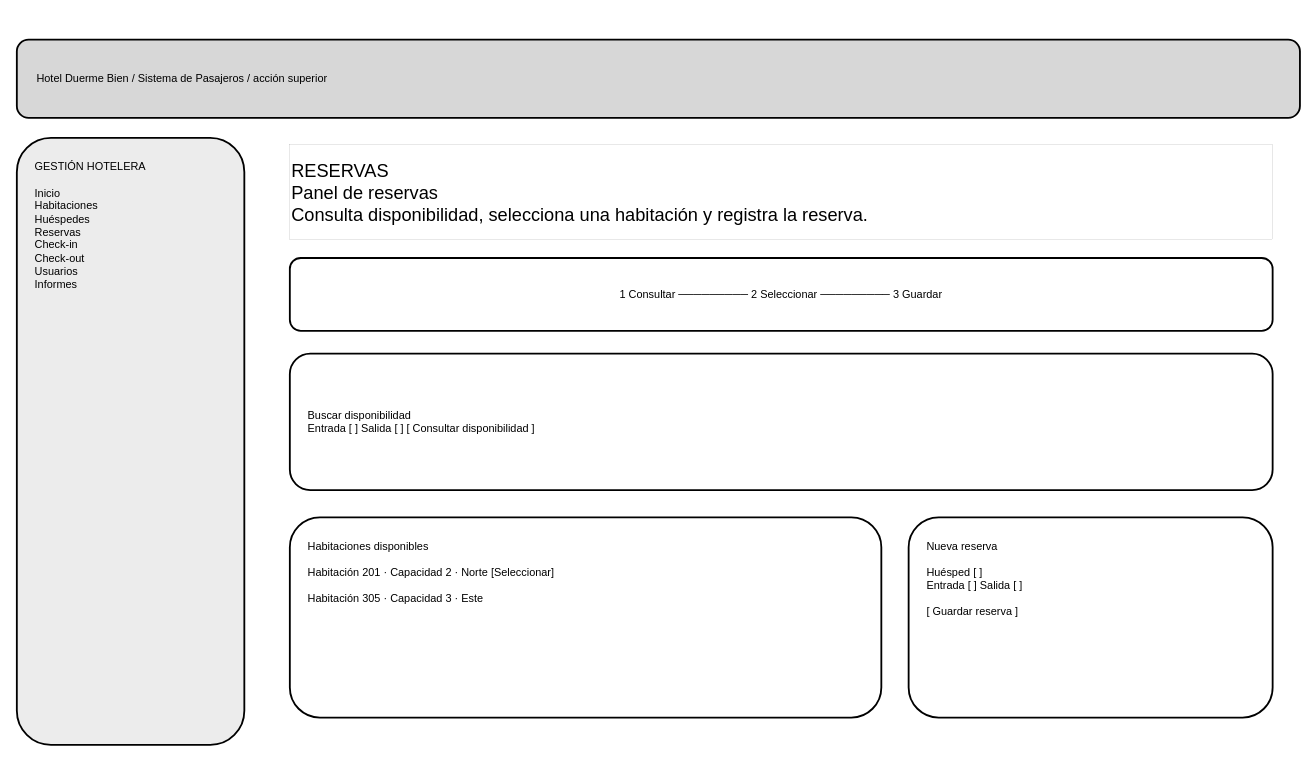
Yutre3/diego keeps this draw.io diagram as page "Wireframe" (2 of 3) of diagramas-editables/04-interfaz.drawio. Above is the earlier version. Source tidied: cells renumbered, new cells numbered last; positions are measured from the earlier drawing's top-left corner, leaving out a move shared by most shapes. Both pictures are drawn from the tidied source at 91%, with x=0, y=0 at pixel (16, 39).
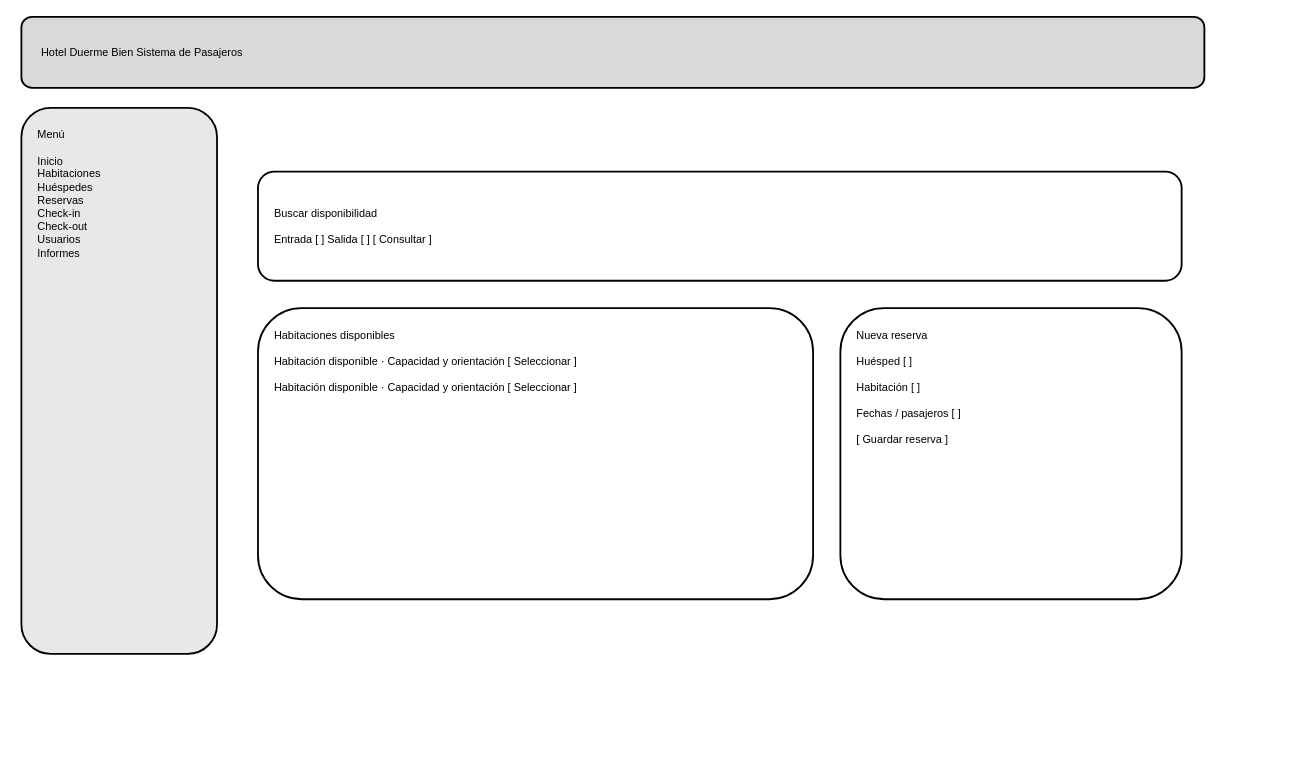
The same diagram, later.

Change to the diagram source:
```diff
@@
 <mxGraphModel>
   <root>
     <mxCell id="0" />
     <mxCell id="1" parent="0" />
-    <mxCell id="2" value="Hotel Duerme Bien / Sistema de Pasajeros / acción superior" style="rounded=1;whiteSpace=wrap;html=1;strokeWidth=2;fillColor=#d7d7d7;align=left;spacingLeft=20;" parent="1" vertex="1">
-      <mxGeometry width="1410" height="86" as="geometry" />
+    <mxCell id="2" value="Hotel Duerme Bien                                                                 Sistema de Pasajeros" style="rounded=1;whiteSpace=wrap;html=1;strokeWidth=2;fillColor=#d9d9d9;align=left;spacingLeft=20;" parent="1" vertex="1">
+      <mxGeometry x="5" y="-25" width="1300" height="78" as="geometry" />
     </mxCell>
-    <mxCell id="3" value="GESTIÓN HOTELERA&#10;&#10;Inicio&#10;Habitaciones&#10;Huéspedes&#10;Reservas&#10;Check-in&#10;Check-out&#10;Usuarios&#10;Informes" style="rounded=1;whiteSpace=wrap;html=1;strokeWidth=2;fillColor=#ececec;align=left;verticalAlign=top;spacing=20;" parent="1" vertex="1">
-      <mxGeometry y="108" width="250" height="667" as="geometry" />
+    <mxCell id="3" value="Menú&#10;&#10;Inicio&#10;Habitaciones&#10;Huéspedes&#10;Reservas&#10;Check-in&#10;Check-out&#10;Usuarios&#10;Informes" style="rounded=1;whiteSpace=wrap;html=1;strokeWidth=2;fillColor=#e8e8e8;align=left;verticalAlign=top;spacing=18;" parent="1" vertex="1">
+      <mxGeometry x="5" y="75" width="215" height="600" as="geometry" />
     </mxCell>
-    <mxCell id="4" value="RESERVAS&#10;Panel de reservas&#10;Consulta disponibilidad, selecciona una habitación y registra la reserva." style="rounded=0;whiteSpace=wrap;html=1;strokeWidth=0;align=left;fontSize=20;" parent="1" vertex="1">
-      <mxGeometry x="300" y="115" width="1080" height="105" as="geometry" />
-    </mxCell>
-    <mxCell id="5" value="1 Consultar  ─────────  2 Seleccionar  ─────────  3 Guardar" style="rounded=1;whiteSpace=wrap;html=1;strokeWidth=2;fillColor=#ffffff;align=center;" parent="1" vertex="1">
-      <mxGeometry x="300" y="240" width="1080" height="80" as="geometry" />
-    </mxCell>
-    <mxCell id="6" value="Buscar disponibilidad&#10;Entrada [ ]      Salida [ ]                         [ Consultar disponibilidad ]" style="rounded=1;whiteSpace=wrap;html=1;strokeWidth=2;fillColor=#ffffff;align=left;spacing=20;" parent="1" vertex="1">
-      <mxGeometry x="300" y="345" width="1080" height="150" as="geometry" />
+    <mxCell id="6" value="Buscar disponibilidad&#10;&#10;Entrada [ ]        Salida [ ]                                  [ Consultar ]" style="rounded=1;whiteSpace=wrap;html=1;strokeWidth=2;fillColor=#ffffff;align=left;spacing=18;" parent="1" vertex="1">
+      <mxGeometry x="265" y="145" width="1015" height="120" as="geometry" />
     </mxCell>
-    <mxCell id="7" value="Habitaciones disponibles&#10;&#10;Habitación 201 · Capacidad 2 · Norte                         [Seleccionar]&#10;&#10;Habitación 305 · Capacidad 3 · Este" style="rounded=1;whiteSpace=wrap;html=1;strokeWidth=2;fillColor=#ffffff;align=left;verticalAlign=top;spacing=20;" parent="1" vertex="1">
-      <mxGeometry x="300" y="525" width="650" height="220" as="geometry" />
+    <mxCell id="7" value="Habitaciones disponibles&#10;&#10;Habitación disponible · Capacidad y orientación         [ Seleccionar ]&#10;&#10;Habitación disponible · Capacidad y orientación         [ Seleccionar ]" style="rounded=1;whiteSpace=wrap;html=1;strokeWidth=2;fillColor=#ffffff;align=left;verticalAlign=top;spacing=18;" parent="1" vertex="1">
+      <mxGeometry x="265" y="295" width="610" height="320" as="geometry" />
     </mxCell>
-    <mxCell id="8" value="Nueva reserva&#10;&#10;Huésped [ ]&#10;Entrada [ ]    Salida [ ]&#10;&#10;[ Guardar reserva ]" style="rounded=1;whiteSpace=wrap;html=1;strokeWidth=2;fillColor=#ffffff;align=left;verticalAlign=top;spacing=20;" parent="1" vertex="1">
-      <mxGeometry x="980" y="525" width="400" height="220" as="geometry" />
+    <mxCell id="8" value="Nueva reserva&#10;&#10;Huésped [ ]&#10;&#10;Habitación [ ]&#10;&#10;Fechas / pasajeros [ ]&#10;&#10;[ Guardar reserva ]" style="rounded=1;whiteSpace=wrap;html=1;strokeWidth=2;fillColor=#ffffff;align=left;verticalAlign=top;spacing=18;" parent="1" vertex="1">
+      <mxGeometry x="905" y="295" width="375" height="320" as="geometry" />
     </mxCell>
   </root>
 </mxGraphModel>
```
